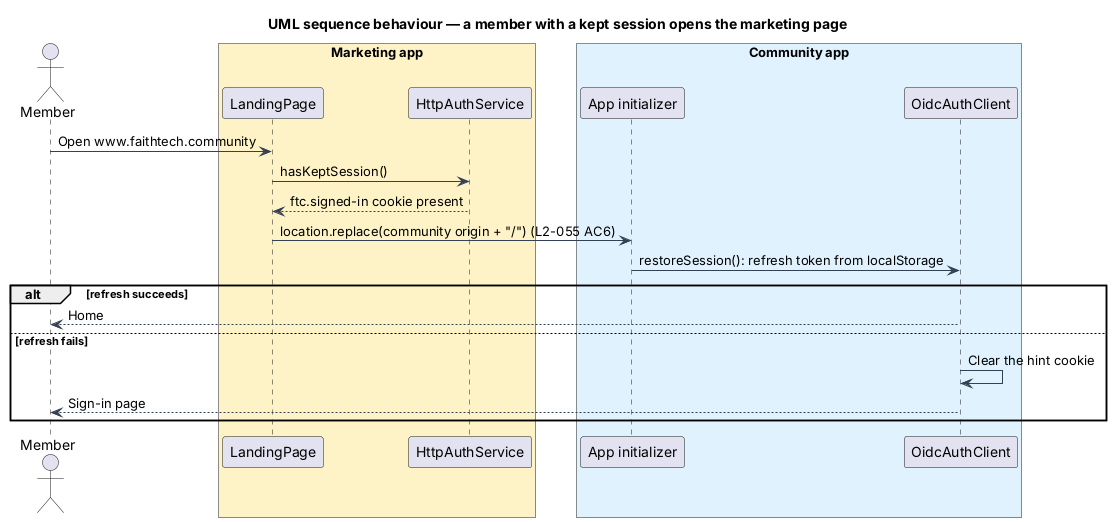
The PlantUML diagram docs/detailed-designs/marketing/landing-page/diagrams/sequence-signed-in-visitor.png in QuinntyneBrown/faithtech-community, before a commit. The source it was exported from:
```plantuml
@startuml
title UML sequence behaviour — a member with a kept session opens the marketing page
skinparam backgroundColor #FFFFFF
skinparam shadowing false
skinparam defaultFontName Arial
skinparam ArrowColor #344054
actor "Member" as actor
box "Marketing app" #FEF3C7
  participant "LandingPage" as page
  participant "HttpAuthService" as auth
end box
box "Community app" #E0F2FE
  participant "App initializer" as init
  participant "OidcAuthClient" as client
end box
actor -> page : Open www.faithtech.community
page -> auth : hasKeptSession()
auth --> page : ftc.signed-in cookie present
page -> init : location.replace(community origin + "/") (L2-055 AC6)
init -> client : restoreSession(): refresh token from localStorage
alt refresh succeeds
  client --> actor : Home
else refresh fails
  client -> client : Clear the hint cookie
  client --> actor : Sign-in page
end
@enduml
```
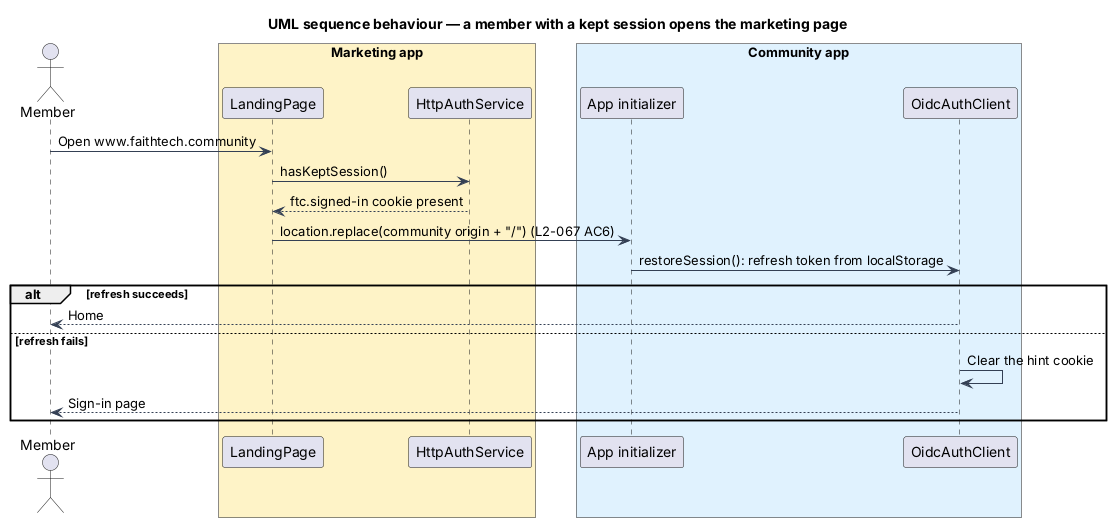
The same diagram one commit later.

What changed in the source:
```diff
@@ -16,7 +16,7 @@
 actor -> page : Open www.faithtech.community
 page -> auth : hasKeptSession()
 auth --> page : ftc.signed-in cookie present
-page -> init : location.replace(community origin + "/") (L2-055 AC6)
+page -> init : location.replace(community origin + "/") (L2-067 AC6)
 init -> client : restoreSession(): refresh token from localStorage
 alt refresh succeeds
   client --> actor : Home
```
